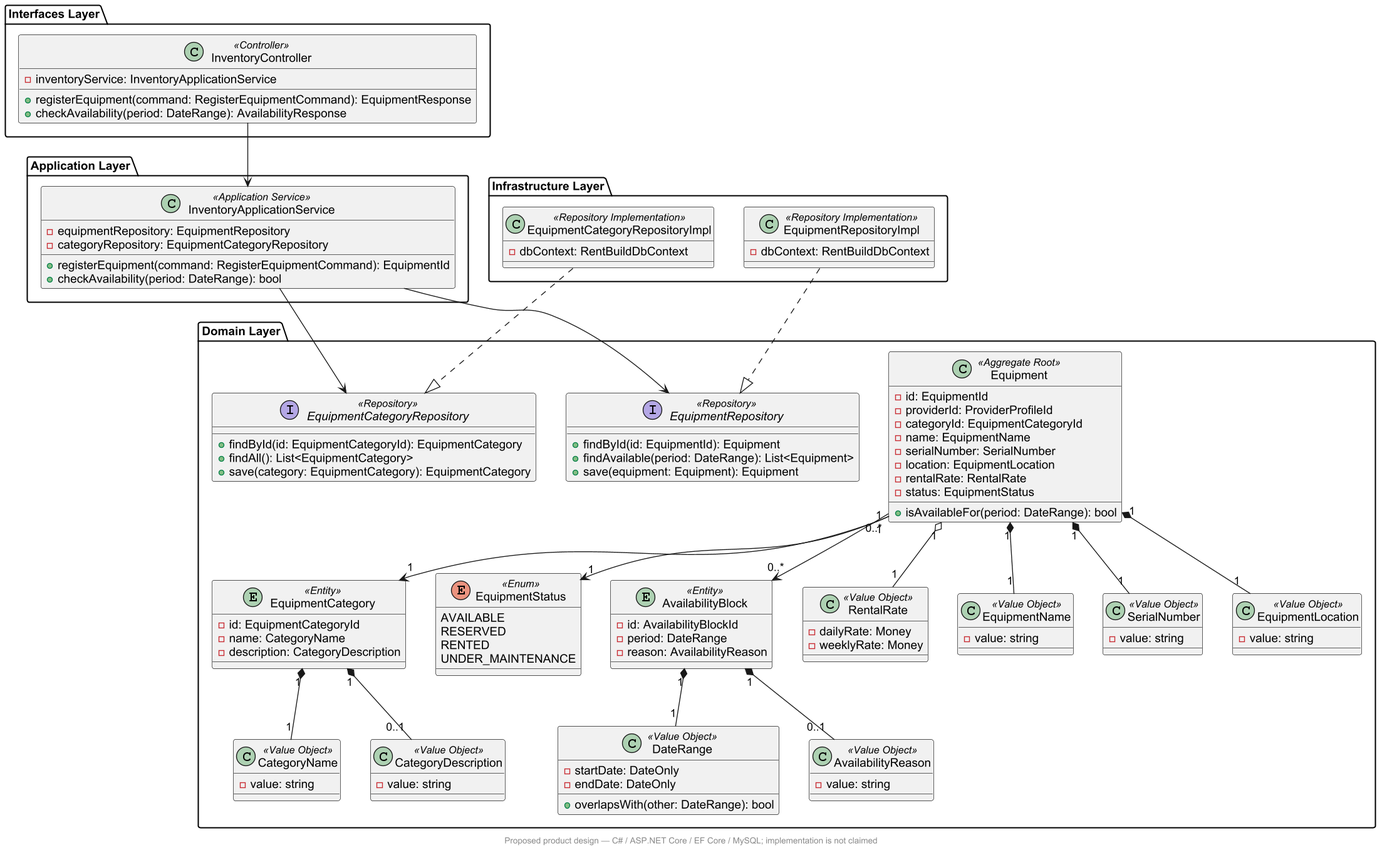
The PlantUML diagram assets/tb1-reference-design/class-diagram-inventory.png in upc-pre-202620-1asi0730-8093-dataflux/dataflux-project-report, before a commit.
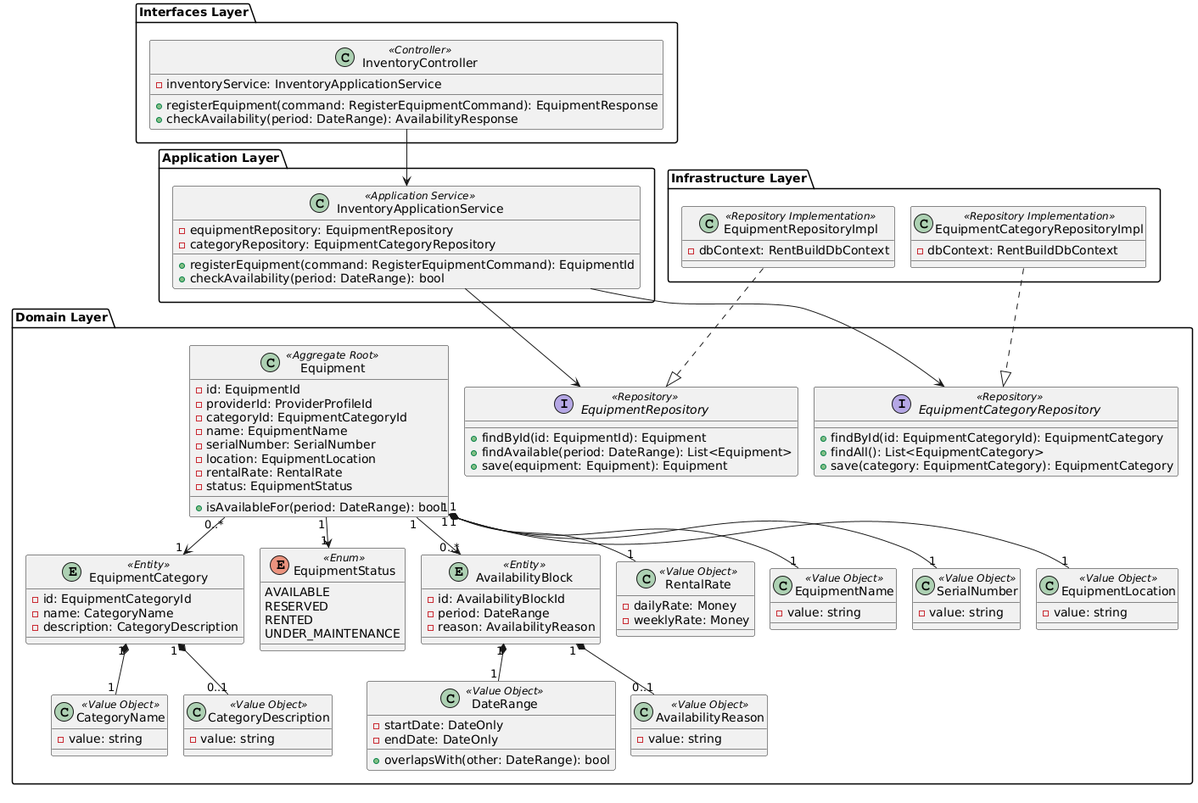
The same file after the commit.

Commit message:
fix(architecture): restore original class models with C# types

Change to the diagram source:
```diff
@@ -1,8 +1,6 @@
 @startuml
-skinparam backgroundColor white
-skinparam shadowing false
-skinparam defaultFontName Arial
-skinparam dpi 130
+skinparam defaultFontName "DejaVu Sans"
+!pragma layout smetana
 package "Interfaces Layer" {
   class InventoryController <<Controller>> {
     - inventoryService: InventoryApplicationService
@@ -121,5 +119,8 @@
 Equipment "1" *-- "1" EquipmentLocation
 AvailabilityBlock "1" *-- "1" DateRange
 AvailabilityBlock "1" *-- "0..1" AvailabilityReason
-footer Proposed product design — C# / ASP.NET Core / EF Core / MySQL; implementation is not claimed
+
+Equipment -right[hidden]-> EquipmentRepository
+EquipmentRepository -right[hidden]-> EquipmentCategoryRepository
+EquipmentRepositoryImpl -right[hidden]-> EquipmentCategoryRepositoryImpl
 @enduml
```
